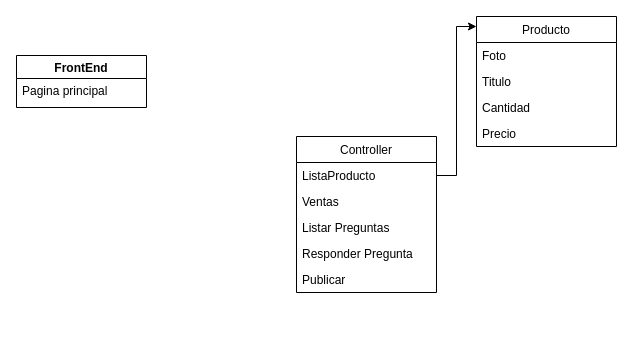
Above: page "Page-1" (1 of 2) of Untitled Diagram.drawio in Chino976/go-meli-integration (draw.io), before the change. Source tidied: cells renumbered, new cells numbered last; positions are measured from the earlier drawing's top-left corner, leaving out a move shared by most shapes. Both pictures are drawn from the tidied source at 100%, with x=0, y=0 at pixel (16, 16).
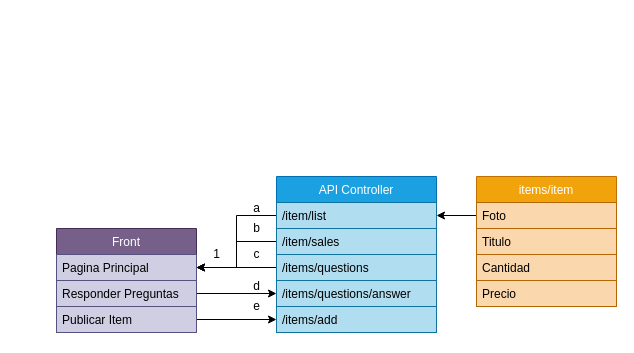
The same page after the edit.

What changed in the source:
```diff
@@
-    <mxCell id="2" value="FrontEnd" style="swimlane;" parent="1" vertex="1">
-      <mxGeometry y="39" width="130" height="52" as="geometry" />
-    </mxCell>
-    <mxCell id="3" value="Pagina principal" style="text;strokeColor=none;fillColor=none;align=left;verticalAlign=top;spacingLeft=4;spacingRight=4;overflow=hidden;" parent="2" vertex="1">
-      <mxGeometry y="22" width="130" height="28" as="geometry" />
-    </mxCell>
-    <mxCell id="4" style="edgeStyle=orthogonalEdgeStyle;rounded=0;jettySize=auto;html=1;exitX=1;exitY=0.5;exitDx=0;exitDy=0;entryX=0;entryY=0.077;entryDx=0;entryDy=0;entryPerimeter=0;" parent="1" edge="1" source="11" target="5">
-      <mxGeometry relative="1" as="geometry" />
-    </mxCell>
+    <mxCell id="16" value="a" style="text;html=1;align=center;verticalAlign=middle;" parent="1" vertex="1">
+      <mxGeometry x="230" y="182" width="20" height="20" as="geometry" />
+    </mxCell>
+    <mxCell id="17" value="b" style="text;html=1;align=center;verticalAlign=middle;" parent="1" vertex="1">
+      <mxGeometry x="230" y="202" width="20" height="20" as="geometry" />
+    </mxCell>
+    <mxCell id="18" value="c" style="text;html=1;align=center;verticalAlign=middle;" parent="1" vertex="1">
+      <mxGeometry x="230" y="228" width="20" height="20" as="geometry" />
+    </mxCell>
+    <mxCell id="19" value="1" style="text;html=1;align=center;verticalAlign=middle;" parent="1" vertex="1">
+      <mxGeometry x="190" y="228" width="20" height="20" as="geometry" />
+    </mxCell>
+    <mxCell id="20" style="edgeStyle=orthogonalEdgeStyle;rounded=0;jettySize=auto;html=1;exitX=0;exitY=0.5;exitDx=0;exitDy=0;" parent="1" edge="1" source="11" target="29">
+      <mxGeometry relative="1" as="geometry" />
+    </mxCell>
+    <mxCell id="21" style="edgeStyle=orthogonalEdgeStyle;rounded=0;jettySize=auto;html=1;exitX=0;exitY=0.5;exitDx=0;exitDy=0;entryX=1;entryY=0.5;entryDx=0;entryDy=0;" parent="1" edge="1" source="12" target="29">
+      <mxGeometry relative="1" as="geometry" />
+    </mxCell>
+    <mxCell id="22" style="edgeStyle=orthogonalEdgeStyle;rounded=0;jettySize=auto;html=1;exitX=0;exitY=0.5;exitDx=0;exitDy=0;entryX=1;entryY=0.5;entryDx=0;entryDy=0;" parent="1" edge="1" source="13" target="29">
+      <mxGeometry relative="1" as="geometry" />
+    </mxCell>
+    <mxCell id="23" style="edgeStyle=orthogonalEdgeStyle;rounded=0;jettySize=auto;html=1;exitX=0;exitY=0.5;exitDx=0;exitDy=0;entryX=1;entryY=0.5;entryDx=0;entryDy=0;" parent="1" edge="1" source="6" target="11">
+      <mxGeometry relative="1" as="geometry" />
+    </mxCell>
+    <mxCell id="24" style="edgeStyle=orthogonalEdgeStyle;rounded=0;jettySize=auto;html=1;exitX=1;exitY=0.5;exitDx=0;exitDy=0;entryX=0;entryY=0.5;entryDx=0;entryDy=0;" parent="1" edge="1" source="30" target="14">
+      <mxGeometry relative="1" as="geometry" />
+    </mxCell>
+    <mxCell id="25" style="edgeStyle=orthogonalEdgeStyle;rounded=0;jettySize=auto;html=1;exitX=1;exitY=0.5;exitDx=0;exitDy=0;entryX=0;entryY=0.5;entryDx=0;entryDy=0;" parent="1" edge="1" source="31" target="15">
+      <mxGeometry relative="1" as="geometry" />
+    </mxCell>
+    <mxCell id="26" value="d" style="text;html=1;align=center;verticalAlign=middle;" parent="1" vertex="1">
+      <mxGeometry x="230" y="260" width="20" height="20" as="geometry" />
+    </mxCell>
+    <mxCell id="27" value="e" style="text;html=1;align=center;verticalAlign=middle;" parent="1" vertex="1">
+      <mxGeometry x="230" y="280" width="20" height="20" as="geometry" />
+    </mxCell>
-    <mxCell id="5" value="Producto" style="swimlane;fontStyle=0;horizontal=1;startSize=26;fillColor=none;" parent="1" vertex="1">
-      <mxGeometry x="460" width="140" height="130" as="geometry" />
+    <mxCell id="5" value="items/item" style="swimlane;fontStyle=0;horizontal=1;startSize=26;fillColor=#f0a30a;strokeColor=#BD7000;fontColor=#ffffff;" parent="1" vertex="1">
+      <mxGeometry x="460" y="160" width="140" height="130" as="geometry" />
     </mxCell>
-    <mxCell id="6" value="Foto" style="text;strokeColor=none;fillColor=none;align=left;verticalAlign=top;spacingLeft=4;spacingRight=4;overflow=hidden;points=[[0,0.5],[1,0.5]];portConstraint=eastwest;" parent="5" vertex="1">
+    <mxCell id="6" value="Foto" style="text;strokeColor=#b46504;fillColor=#fad7ac;align=left;verticalAlign=top;spacingLeft=4;spacingRight=4;overflow=hidden;points=[[0,0.5],[1,0.5]];portConstraint=eastwest;" parent="5" vertex="1">
       <mxGeometry y="26" width="140" height="26" as="geometry" />
     </mxCell>
-    <mxCell id="7" value="Titulo" style="text;strokeColor=none;fillColor=none;align=left;verticalAlign=top;spacingLeft=4;spacingRight=4;overflow=hidden;" parent="5" vertex="1">
+    <mxCell id="7" value="Titulo" style="text;strokeColor=#b46504;fillColor=#fad7ac;align=left;verticalAlign=top;spacingLeft=4;spacingRight=4;overflow=hidden;" parent="5" vertex="1">
       <mxGeometry y="52" width="140" height="26" as="geometry" />
     </mxCell>
-    <mxCell id="8" value="Cantidad" style="text;strokeColor=none;fillColor=none;align=left;verticalAlign=top;spacingLeft=4;spacingRight=4;overflow=hidden;" parent="5" vertex="1">
+    <mxCell id="8" value="Cantidad" style="text;strokeColor=#b46504;fillColor=#fad7ac;align=left;verticalAlign=top;spacingLeft=4;spacingRight=4;overflow=hidden;" parent="5" vertex="1">
       <mxGeometry y="78" width="140" height="26" as="geometry" />
     </mxCell>
-    <mxCell id="9" value="Precio" style="text;strokeColor=none;fillColor=none;align=left;verticalAlign=top;spacingLeft=4;spacingRight=4;overflow=hidden;" parent="5" vertex="1">
+    <mxCell id="9" value="Precio" style="text;strokeColor=#b46504;fillColor=#fad7ac;align=left;verticalAlign=top;spacingLeft=4;spacingRight=4;overflow=hidden;" parent="5" vertex="1">
       <mxGeometry y="104" width="140" height="26" as="geometry" />
     </mxCell>
+    <mxCell id="28" value="Front" style="swimlane;fontStyle=0;horizontal=1;startSize=26;fillColor=#76608a;strokeColor=#432D57;fontColor=#ffffff;" parent="1" vertex="1">
+      <mxGeometry x="40" y="212" width="140" height="104" as="geometry" />
+    </mxCell>
+    <mxCell id="29" value="Pagina Principal" style="text;strokeColor=#56517e;fillColor=#d0cee2;align=left;verticalAlign=top;spacingLeft=4;spacingRight=4;overflow=hidden;points=[[0,0.5],[1,0.5]];portConstraint=eastwest;" parent="28" vertex="1">
+      <mxGeometry y="26" width="140" height="26" as="geometry" />
+    </mxCell>
+    <mxCell id="30" value="Responder Preguntas" style="text;strokeColor=#56517e;fillColor=#d0cee2;align=left;verticalAlign=top;spacingLeft=4;spacingRight=4;overflow=hidden;points=[[0,0.5],[1,0.5]];portConstraint=eastwest;" parent="28" vertex="1">
+      <mxGeometry y="52" width="140" height="26" as="geometry" />
+    </mxCell>
+    <mxCell id="31" value="Publicar Item" style="text;strokeColor=#56517e;fillColor=#d0cee2;align=left;verticalAlign=top;spacingLeft=4;spacingRight=4;overflow=hidden;points=[[0,0.5],[1,0.5]];portConstraint=eastwest;" parent="28" vertex="1">
+      <mxGeometry y="78" width="140" height="26" as="geometry" />
+    </mxCell>
-    <mxCell id="10" value="Controller" style="swimlane;fontStyle=0;horizontal=1;startSize=26;" parent="1" vertex="1">
-      <mxGeometry x="280" y="120" width="140" height="156" as="geometry" />
+    <mxCell id="10" value="API Controller" style="swimlane;fontStyle=0;horizontal=1;startSize=26;fillColor=#1ba1e2;strokeColor=#006EAF;fontColor=#ffffff;" parent="1" vertex="1">
+      <mxGeometry x="260" y="160" width="160" height="156" as="geometry" />
     </mxCell>
-    <mxCell id="11" value="ListaProducto" style="text;strokeColor=none;fillColor=none;align=left;verticalAlign=top;spacingLeft=4;spacingRight=4;overflow=hidden;points=[[0,0.5],[1,0.5]];portConstraint=eastwest;" parent="10" vertex="1">
-      <mxGeometry y="26" width="140" height="26" as="geometry" />
+    <mxCell id="11" value="/item/list" style="text;strokeColor=#10739e;fillColor=#b1ddf0;align=left;verticalAlign=top;spacingLeft=4;spacingRight=4;overflow=hidden;points=[[0,0.5],[1,0.5]];portConstraint=eastwest;" parent="10" vertex="1">
+      <mxGeometry y="26" width="160" height="26" as="geometry" />
     </mxCell>
-    <mxCell id="12" value="Ventas" style="text;strokeColor=none;fillColor=none;align=left;verticalAlign=top;spacingLeft=4;spacingRight=4;overflow=hidden;points=[[0,0.5],[1,0.5]];portConstraint=eastwest;" parent="10" vertex="1">
-      <mxGeometry y="52" width="140" height="26" as="geometry" />
+    <mxCell id="12" value="/item/sales" style="text;strokeColor=#10739e;fillColor=#b1ddf0;align=left;verticalAlign=top;spacingLeft=4;spacingRight=4;overflow=hidden;points=[[0,0.5],[1,0.5]];portConstraint=eastwest;" parent="10" vertex="1">
+      <mxGeometry y="52" width="160" height="26" as="geometry" />
     </mxCell>
-    <mxCell id="13" value="Listar Preguntas" style="text;strokeColor=none;fillColor=none;align=left;verticalAlign=top;spacingLeft=4;spacingRight=4;overflow=hidden;points=[[0,0.5],[1,0.5]];portConstraint=eastwest;" parent="10" vertex="1">
-      <mxGeometry y="78" width="140" height="26" as="geometry" />
+    <mxCell id="13" value="/items/questions" style="text;strokeColor=#10739e;fillColor=#b1ddf0;align=left;verticalAlign=top;spacingLeft=4;spacingRight=4;overflow=hidden;points=[[0,0.5],[1,0.5]];portConstraint=eastwest;" parent="10" vertex="1">
+      <mxGeometry y="78" width="160" height="26" as="geometry" />
     </mxCell>
-    <mxCell id="14" value="Responder Pregunta" style="text;strokeColor=none;fillColor=none;align=left;verticalAlign=top;spacingLeft=4;spacingRight=4;overflow=hidden;points=[[0,0.5],[1,0.5]];portConstraint=eastwest;" parent="10" vertex="1">
-      <mxGeometry y="104" width="140" height="26" as="geometry" />
+    <mxCell id="14" value="/items/questions/answer" style="text;strokeColor=#10739e;fillColor=#b1ddf0;align=left;verticalAlign=top;spacingLeft=4;spacingRight=4;overflow=hidden;points=[[0,0.5],[1,0.5]];portConstraint=eastwest;" parent="10" vertex="1">
+      <mxGeometry y="104" width="160" height="26" as="geometry" />
     </mxCell>
-    <mxCell id="15" value="Publicar" style="text;strokeColor=none;fillColor=none;align=left;verticalAlign=top;spacingLeft=4;spacingRight=4;overflow=hidden;points=[[0,0.5],[1,0.5]];portConstraint=eastwest;" parent="10" vertex="1">
-      <mxGeometry y="130" width="140" height="26" as="geometry" />
+    <mxCell id="15" value="/items/add" style="text;strokeColor=#10739e;fillColor=#b1ddf0;align=left;verticalAlign=top;spacingLeft=4;spacingRight=4;overflow=hidden;points=[[0,0.5],[1,0.5]];portConstraint=eastwest;" parent="10" vertex="1">
+      <mxGeometry y="130" width="160" height="26" as="geometry" />
     </mxCell>
```
